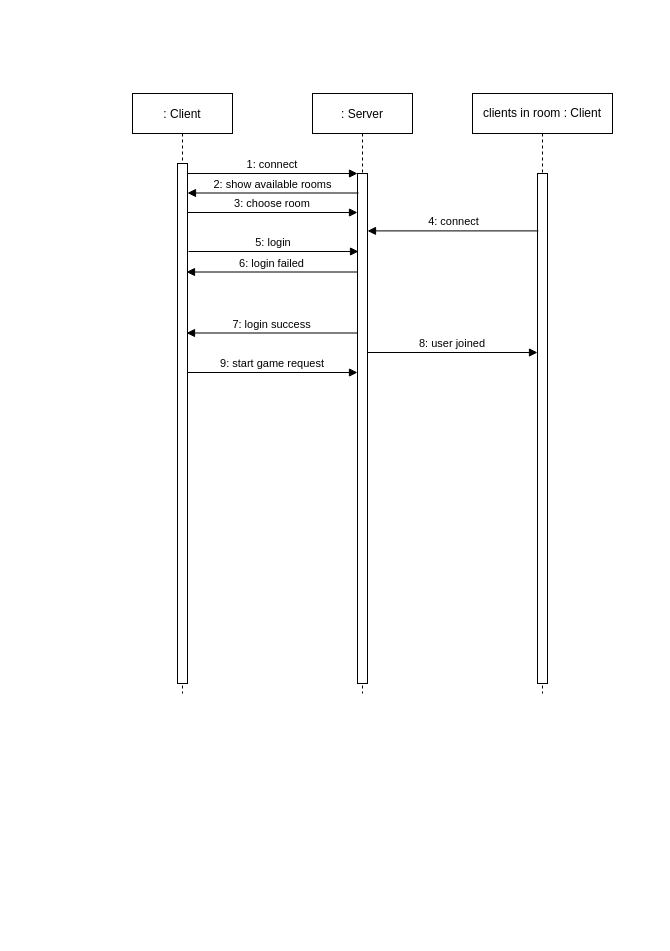
Before: Network sequence diagram.drawio in TorellinX/Azul, a draw.io diagram. Source tidied: cells renumbered, new cells numbered last; positions are measured from the earlier drawing's top-left corner, leaving out a move shared by most shapes. Both pictures are drawn from the tidied source at 100%, with x=0, y=0 at pixel (132, 93).
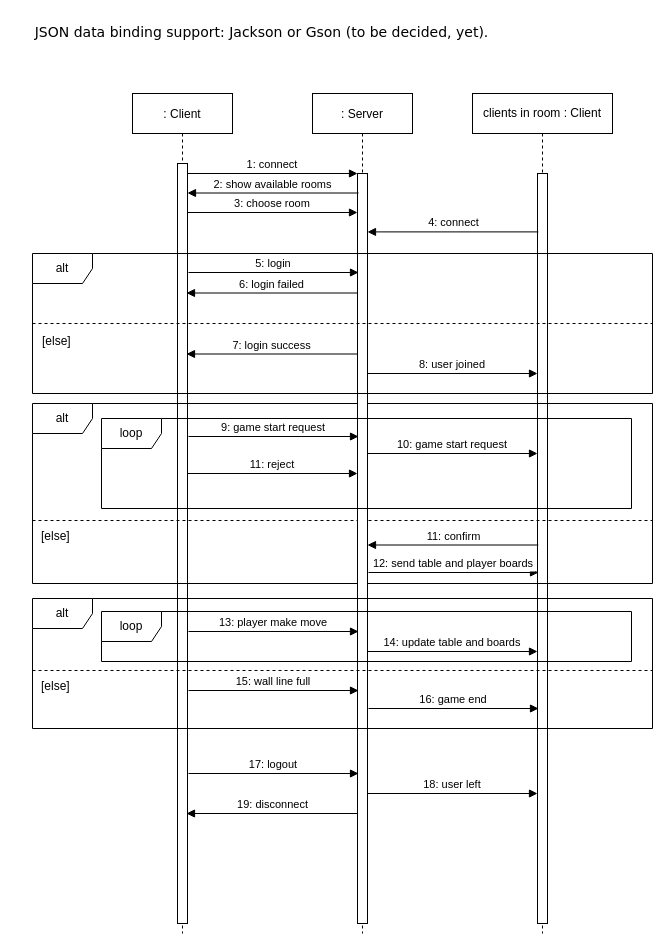
The same diagram, later.

Commit message (it also covers changes not shown here):
Update network sequence diagram (.drawio) to very first full version and add pdf for direct viewing.

Diff of the diagram source:
```diff
@@
+    <mxCell id="7" value="clients in room : Client" style="shape=umlLifeline;perimeter=lifelinePerimeter;whiteSpace=wrap;html=1;" parent="1" vertex="1">
+      <mxGeometry x="340" width="140" height="840" as="geometry" />
+    </mxCell>
+    <mxCell id="17" value="14: update table and boards" style="verticalAlign=bottom;endArrow=block;entryX=0;entryY=0;shadow=0;strokeWidth=1;" parent="7" edge="1">
+      <mxGeometry relative="1" as="geometry">
+        <mxPoint x="-105" y="558" as="sourcePoint" />
+        <mxPoint x="65" y="558" as="targetPoint" />
+      </mxGeometry>
+    </mxCell>
+    <mxCell id="18" value="18: user left" style="verticalAlign=bottom;endArrow=block;entryX=0;entryY=0;shadow=0;strokeWidth=1;" parent="7" edge="1">
+      <mxGeometry relative="1" as="geometry">
+        <mxPoint x="-105" y="700" as="sourcePoint" />
+        <mxPoint x="65" y="700" as="targetPoint" />
+      </mxGeometry>
+    </mxCell>
+    <mxCell id="8" style="html=1;perimeter=orthogonalPerimeter;" parent="1" vertex="1">
+      <mxGeometry x="405" y="80" width="10" height="750" as="geometry" />
+    </mxCell>
     <mxCell id="2" value=": Client" style="shape=umlLifeline;perimeter=lifelinePerimeter;rounded=0;shadow=0;strokeWidth=1;" parent="1" vertex="1">
-      <mxGeometry width="100" height="600" as="geometry" />
+      <mxGeometry width="100" height="840" as="geometry" />
     </mxCell>
     <mxCell id="3" style="points=[];perimeter=orthogonalPerimeter;rounded=0;shadow=0;strokeWidth=1;" parent="2" vertex="1">
-      <mxGeometry x="45" y="70" width="10" height="520" as="geometry" />
+      <mxGeometry x="45" y="70" width="10" height="760" as="geometry" />
     </mxCell>
+    <mxCell id="19" style="line;strokeWidth=1;fillColor=none;align=left;verticalAlign=middle;spacingTop=-1;spacingLeft=3;spacingRight=3;labelPosition=right;dashed=1;" parent="2" vertex="1">
+      <mxGeometry x="-100" y="423" width="620" height="8" as="geometry" />
+    </mxCell>
+    <mxCell id="20" value="[else]" style="text;strokeColor=none;fillColor=none;align=left;verticalAlign=top;spacingLeft=4;spacingRight=4;overflow=hidden;" parent="2" vertex="1">
+      <mxGeometry x="-97" y="429" width="40" height="26" as="geometry" />
+    </mxCell>
+    <mxCell id="21" value="11: confirm" style="html=1;verticalAlign=bottom;endArrow=block;rounded=0;entryX=1;entryY=0.036;entryDx=0;entryDy=0;entryPerimeter=0;exitX=0.083;exitY=0.036;exitDx=0;exitDy=0;exitPerimeter=0;" parent="2" edge="1">
+      <mxGeometry relative="1" as="geometry">
+        <mxPoint x="405.8" y="451.5" as="sourcePoint" />
+        <mxPoint x="235" y="451.5" as="targetPoint" />
+      </mxGeometry>
+    </mxCell>
+    <mxCell id="22" value="12: send table and player boards" style="verticalAlign=bottom;endArrow=block;entryX=0;entryY=0;shadow=0;strokeWidth=1;" parent="2" edge="1">
+      <mxGeometry relative="1" as="geometry">
+        <mxPoint x="236" y="479" as="sourcePoint" />
+        <mxPoint x="406" y="479" as="targetPoint" />
+      </mxGeometry>
+    </mxCell>
+    <mxCell id="23" value="11: reject" style="verticalAlign=bottom;endArrow=block;entryX=0;entryY=0;shadow=0;strokeWidth=1;" parent="2" edge="1">
+      <mxGeometry relative="1" as="geometry">
+        <mxPoint x="55" y="380" as="sourcePoint" />
+        <mxPoint x="225" y="380" as="targetPoint" />
+      </mxGeometry>
+    </mxCell>
+    <mxCell id="24" value="alt" style="shape=umlFrame;whiteSpace=wrap;html=1;" parent="2" vertex="1">
+      <mxGeometry x="-100" y="310" width="620" height="180" as="geometry" />
+    </mxCell>
     <mxCell id="4" value=": Server" style="shape=umlLifeline;perimeter=lifelinePerimeter;rounded=0;shadow=0;strokeWidth=1;" parent="1" vertex="1">
-      <mxGeometry x="180" width="100" height="600" as="geometry" />
+      <mxGeometry x="180" width="100" height="840" as="geometry" />
     </mxCell>
     <mxCell id="5" style="points=[];perimeter=orthogonalPerimeter;rounded=0;shadow=0;strokeWidth=1;" parent="4" vertex="1">
-      <mxGeometry x="45" y="80" width="10" height="510" as="geometry" />
+      <mxGeometry x="45" y="80" width="10" height="750" as="geometry" />
     </mxCell>
+    <mxCell id="25" value="loop" style="shape=umlFrame;whiteSpace=wrap;html=1;" parent="4" vertex="1">
+      <mxGeometry x="-211" y="518" width="530" height="50" as="geometry" />
+    </mxCell>
+    <mxCell id="26" value="alt" style="shape=umlFrame;whiteSpace=wrap;html=1;" parent="4" vertex="1">
+      <mxGeometry x="-280" y="505" width="620" height="130" as="geometry" />
+    </mxCell>
@@
-    <mxCell id="7" value="clients in room : Client" style="shape=umlLifeline;perimeter=lifelinePerimeter;whiteSpace=wrap;html=1;" parent="1" vertex="1">
-      <mxGeometry x="340" width="140" height="600" as="geometry" />
-    </mxCell>
-    <mxCell id="8" style="html=1;perimeter=orthogonalPerimeter;" parent="1" vertex="1">
-      <mxGeometry x="405" y="80" width="10" height="510" as="geometry" />
-    </mxCell>
     <mxCell id="9" value="5: login" style="verticalAlign=bottom;endArrow=block;entryX=0;entryY=0;shadow=0;strokeWidth=1;" parent="1" edge="1">
       <mxGeometry relative="1" as="geometry">
-        <mxPoint x="56" y="158" as="sourcePoint" />
-        <mxPoint x="226" y="158" as="targetPoint" />
+        <mxPoint x="56" y="179" as="sourcePoint" />
+        <mxPoint x="226" y="179" as="targetPoint" />
       </mxGeometry>
     </mxCell>
     <mxCell id="10" value="6: login failed" style="html=1;verticalAlign=bottom;endArrow=block;rounded=0;entryX=0.9;entryY=0.125;entryDx=0;entryDy=0;entryPerimeter=0;" parent="1" edge="1">
       <mxGeometry relative="1" as="geometry">
-        <mxPoint x="225" y="178.5" as="sourcePoint" />
-        <mxPoint x="54" y="178.5" as="targetPoint" />
+        <mxPoint x="225" y="199.5" as="sourcePoint" />
+        <mxPoint x="54" y="199.5" as="targetPoint" />
       </mxGeometry>
     </mxCell>
     <mxCell id="11" value="7: login success" style="html=1;verticalAlign=bottom;endArrow=block;rounded=0;entryX=0.9;entryY=0.125;entryDx=0;entryDy=0;entryPerimeter=0;" parent="1" edge="1">
       <mxGeometry relative="1" as="geometry">
-        <mxPoint x="225" y="239.5" as="sourcePoint" />
-        <mxPoint x="54" y="239.5" as="targetPoint" />
+        <mxPoint x="225" y="260.5" as="sourcePoint" />
+        <mxPoint x="54" y="260.5" as="targetPoint" />
       </mxGeometry>
     </mxCell>
@@
     <mxCell id="13" value="4: connect" style="html=1;verticalAlign=bottom;endArrow=block;rounded=0;entryX=1;entryY=0.036;entryDx=0;entryDy=0;entryPerimeter=0;exitX=0.083;exitY=0.036;exitDx=0;exitDy=0;exitPerimeter=0;" parent="1" edge="1">
       <mxGeometry relative="1" as="geometry">
-        <mxPoint x="405.8" y="137.4" as="sourcePoint" />
-        <mxPoint x="235" y="137.4" as="targetPoint" />
+        <mxPoint x="405.8" y="138.4" as="sourcePoint" />
+        <mxPoint x="235" y="138.4" as="targetPoint" />
       </mxGeometry>
     </mxCell>
@@
     <mxCell id="15" value="8: user joined" style="verticalAlign=bottom;endArrow=block;entryX=0;entryY=0;shadow=0;strokeWidth=1;" parent="1" edge="1">
       <mxGeometry relative="1" as="geometry">
-        <mxPoint x="235" y="259" as="sourcePoint" />
-        <mxPoint x="405" y="259" as="targetPoint" />
+        <mxPoint x="235" y="280" as="sourcePoint" />
+        <mxPoint x="405" y="280" as="targetPoint" />
       </mxGeometry>
     </mxCell>
-    <mxCell id="16" value="9: start game request" style="verticalAlign=bottom;endArrow=block;entryX=0;entryY=0;shadow=0;strokeWidth=1;" parent="1" edge="1">
+    <mxCell id="16" value="9: game start request" style="verticalAlign=bottom;endArrow=block;entryX=0;entryY=0;shadow=0;strokeWidth=1;" parent="1" edge="1">
       <mxGeometry relative="1" as="geometry">
-        <mxPoint x="55" y="279" as="sourcePoint" />
-        <mxPoint x="225" y="279" as="targetPoint" />
+        <mxPoint x="56" y="343" as="sourcePoint" />
+        <mxPoint x="226" y="343" as="targetPoint" />
       </mxGeometry>
     </mxCell>
+    <mxCell id="27" value="alt" style="shape=umlFrame;whiteSpace=wrap;html=1;" parent="1" vertex="1">
+      <mxGeometry x="-100" y="160" width="620" height="140" as="geometry" />
+    </mxCell>
+    <mxCell id="28" style="line;strokeWidth=1;fillColor=none;align=left;verticalAlign=middle;spacingTop=-1;spacingLeft=3;spacingRight=3;labelPosition=right;dashed=1;" parent="1" vertex="1">
+      <mxGeometry x="-100" y="226" width="620" height="8" as="geometry" />
+    </mxCell>
+    <mxCell id="29" value="[else]" style="text;strokeColor=none;fillColor=none;align=left;verticalAlign=top;spacingLeft=4;spacingRight=4;overflow=hidden;" parent="1" vertex="1">
+      <mxGeometry x="-96" y="234" width="40" height="26" as="geometry" />
+    </mxCell>
+    <mxCell id="30" value="loop" style="shape=umlFrame;whiteSpace=wrap;html=1;" parent="1" vertex="1">
+      <mxGeometry x="-31" y="325" width="530" height="90" as="geometry" />
+    </mxCell>
+    <mxCell id="31" value="13: player make move" style="verticalAlign=bottom;endArrow=block;entryX=0;entryY=0;shadow=0;strokeWidth=1;" parent="1" edge="1">
+      <mxGeometry relative="1" as="geometry">
+        <mxPoint x="56" y="538" as="sourcePoint" />
+        <mxPoint x="226" y="538" as="targetPoint" />
+      </mxGeometry>
+    </mxCell>
+    <mxCell id="32" value="16: game end" style="verticalAlign=bottom;endArrow=block;entryX=0;entryY=0;shadow=0;strokeWidth=1;" parent="1" edge="1">
+      <mxGeometry relative="1" as="geometry">
+        <mxPoint x="236" y="615" as="sourcePoint" />
+        <mxPoint x="406" y="615" as="targetPoint" />
+      </mxGeometry>
+    </mxCell>
+    <mxCell id="33" value="15: wall line full" style="verticalAlign=bottom;endArrow=block;entryX=0;entryY=0;shadow=0;strokeWidth=1;" parent="1" edge="1">
+      <mxGeometry relative="1" as="geometry">
+        <mxPoint x="56" y="597" as="sourcePoint" />
+        <mxPoint x="226" y="597" as="targetPoint" />
+      </mxGeometry>
+    </mxCell>
+    <mxCell id="34" style="line;strokeWidth=1;fillColor=none;align=left;verticalAlign=middle;spacingTop=-1;spacingLeft=3;spacingRight=3;labelPosition=right;dashed=1;" parent="1" vertex="1">
+      <mxGeometry x="-100" y="573" width="620" height="8" as="geometry" />
+    </mxCell>
+    <mxCell id="35" value="[else]" style="text;strokeColor=none;fillColor=none;align=left;verticalAlign=top;spacingLeft=4;spacingRight=4;overflow=hidden;" parent="1" vertex="1">
+      <mxGeometry x="-97" y="579" width="40" height="26" as="geometry" />
+    </mxCell>
+    <mxCell id="36" value="10: game start request" style="verticalAlign=bottom;endArrow=block;entryX=0;entryY=0;shadow=0;strokeWidth=1;" parent="1" edge="1">
+      <mxGeometry relative="1" as="geometry">
+        <mxPoint x="235" y="360" as="sourcePoint" />
+        <mxPoint x="405" y="360" as="targetPoint" />
+      </mxGeometry>
+    </mxCell>
+    <mxCell id="37" value="17: logout" style="verticalAlign=bottom;endArrow=block;entryX=0;entryY=0;shadow=0;strokeWidth=1;" parent="1" edge="1">
+      <mxGeometry relative="1" as="geometry">
+        <mxPoint x="56" y="680" as="sourcePoint" />
+        <mxPoint x="226" y="680" as="targetPoint" />
+      </mxGeometry>
+    </mxCell>
+    <mxCell id="38" value="19: disconnect" style="html=1;verticalAlign=bottom;endArrow=block;rounded=0;entryX=1;entryY=0.036;entryDx=0;entryDy=0;entryPerimeter=0;exitX=0.083;exitY=0.036;exitDx=0;exitDy=0;exitPerimeter=0;" parent="1" edge="1">
+      <mxGeometry relative="1" as="geometry">
+        <mxPoint x="224.8" y="720" as="sourcePoint" />
+        <mxPoint x="54" y="720" as="targetPoint" />
+      </mxGeometry>
+    </mxCell>
+    <mxCell id="39" value="&lt;font style=&quot;font-size: 14px;&quot; face=&quot;Verdana&quot;&gt;JSON data binding support: Jackson or Gson (to be decided, yet).&lt;/font&gt;" style="text;html=1;strokeColor=none;fillColor=none;align=center;verticalAlign=middle;whiteSpace=wrap;rounded=0;" parent="1" vertex="1">
+      <mxGeometry x="-115" y="-76" width="489" height="30" as="geometry" />
+    </mxCell>
```
